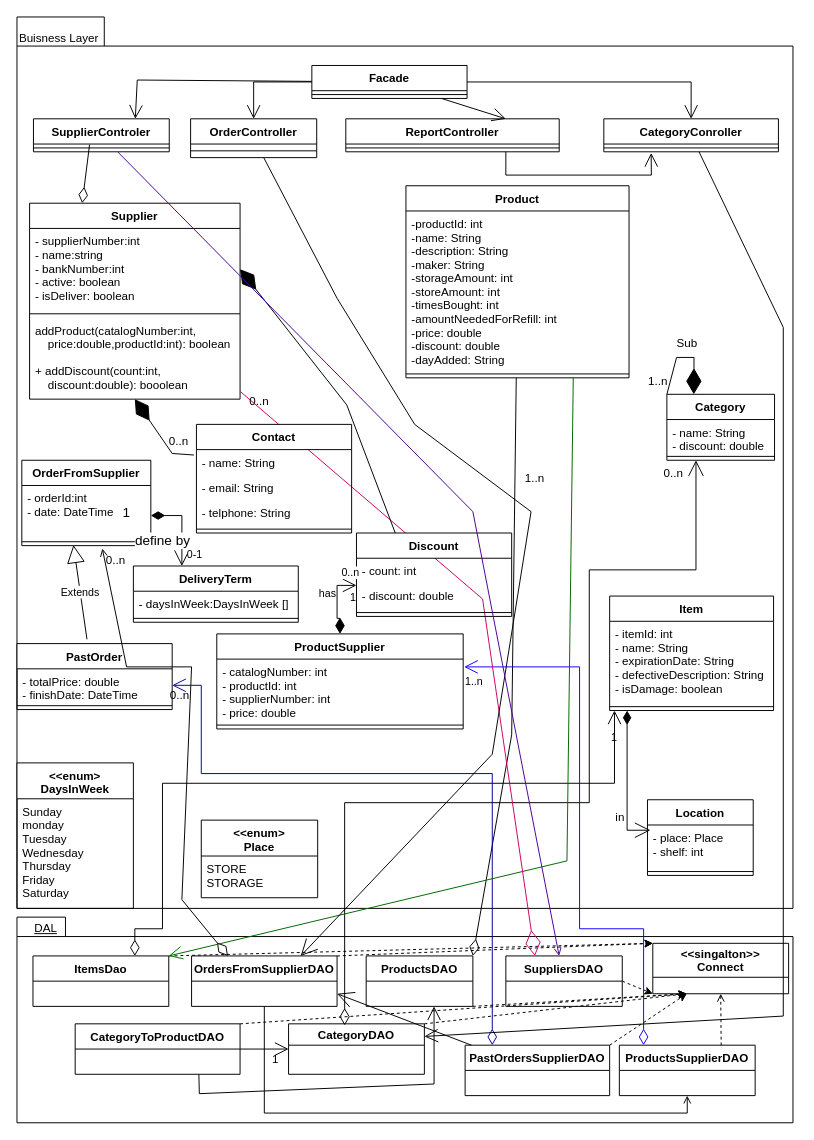
The draw.io diagram page 1 of 4 of docs/classDiagramCombined.drawio in Naveavra/Market, before the edit. Source tidied: cells renumbered, new cells numbered last; positions are measured from the earlier drawing's top-left corner, leaving out a move shared by most shapes. Both pictures are drawn from the tidied source at 97%, with x=0, y=0 at pixel (16, 16).
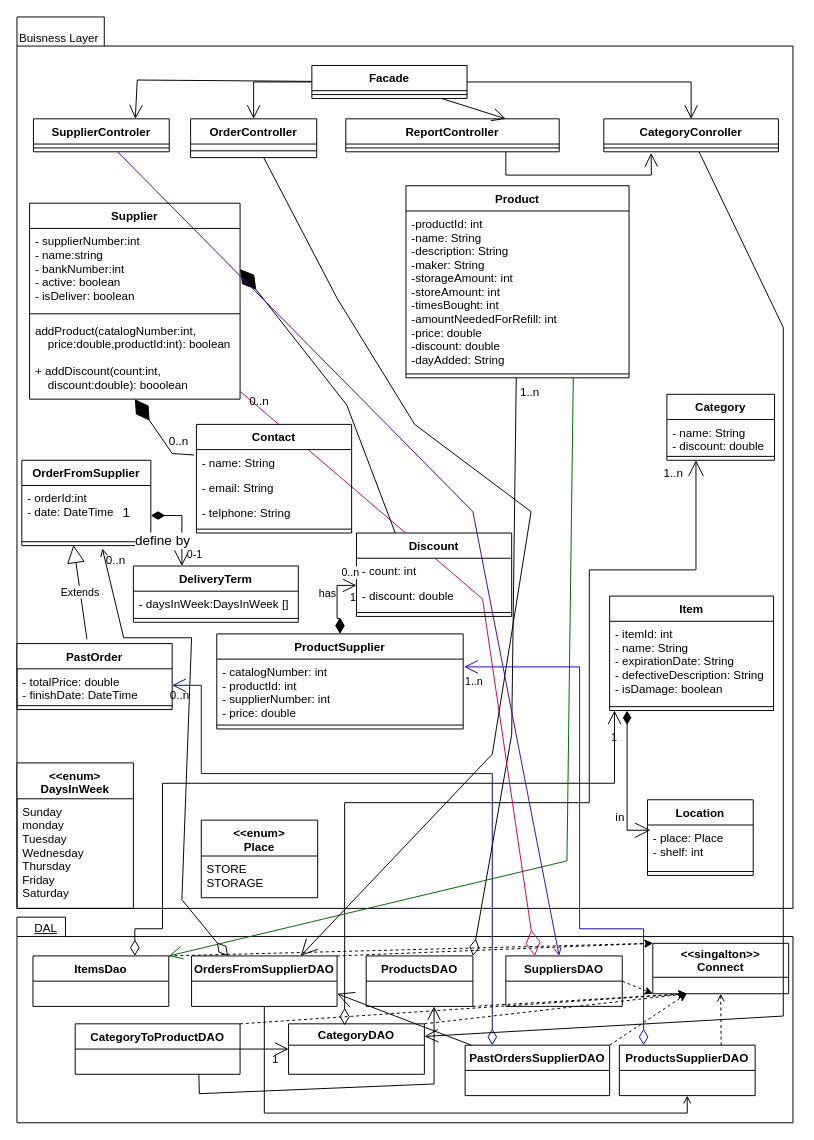
The same diagram, later.

Unchanged cells that the change refers to:
```xml
<mxCell id="15" value="Category" style="swimlane;fontStyle=1;align=center;verticalAlign=top;horizontal=1;startSize=26;" parent="1" vertex="1">
  <mxGeometry x="670" y="389" width="111" height="68" as="geometry" />
</mxCell>
<mxCell id="24" style="line;strokeWidth=1;fillColor=none;align=left;verticalAlign=middle;spacingTop=-1;spacingLeft=3;spacingRight=3;labelPosition=right;points=[];portConstraint=eastwest;" parent="23" vertex="1">
  <mxGeometry y="26" width="140" height="8" as="geometry" />
</mxCell>
<mxCell id="27" style="line;strokeWidth=1;fillColor=none;align=left;verticalAlign=middle;spacingTop=-1;spacingLeft=3;spacingRight=3;labelPosition=right;points=[];portConstraint=eastwest;" parent="25" vertex="1">
  <mxGeometry y="80" width="133" height="8" as="geometry" />
</mxCell>
<mxCell id="37" value="Supplier" style="swimlane;fontStyle=1;align=center;verticalAlign=top;horizontal=1;startSize=26;" parent="1" vertex="1">
  <mxGeometry x="13" y="192" width="217" height="202" as="geometry" />
</mxCell>
<mxCell id="61" value="OrdersFromSupplierDAO" style="swimlane;fontStyle=1;horizontal=1;startSize=26;fillColor=none;fontSize=12;" parent="1" vertex="1">
  <mxGeometry x="180" y="968" width="150" height="52" as="geometry" />
</mxCell>
<mxCell id="72" style="endArrow=diamondThin;html=1;endSize=15;startArrow=open;startSize=14;startFill=0;edgeStyle=orthogonalEdgeStyle;rounded=0;fontSize=12;entryX=0.413;entryY=0.031;entryDx=0;entryDy=0;entryPerimeter=0;endFill=0;" parent="1" edge="1" source="15" target="56">
  <mxGeometry x="0.22" y="10" relative="1" as="geometry">
    <Array as="points">
      <mxPoint x="700" y="570" />
      <mxPoint x="590" y="570" />
      <mxPoint x="590" y="810" />
      <mxPoint x="338" y="810" />
    </Array>
  </mxGeometry>
</mxCell>
```

Change to the diagram source:
```diff
@@
-    <mxCell id="42" style="endArrow=diamondThin;endFill=0;endSize=14;html=1;rounded=0;entryX=0.25;entryY=0;entryDx=0;entryDy=0;exitX=0.413;exitY=0.075;exitDx=0;exitDy=0;exitPerimeter=0;" parent="1" edge="1" source="24" target="37">
-      <mxGeometry relative="1" as="geometry" />
-    </mxCell>
@@
-    <mxCell id="73" value="0..n" style="edgeLabel;html=1;align=left;verticalAlign=top;fontSize=12;" parent="72" vertex="1">
+    <mxCell id="73" value="1..n" style="edgeLabel;html=1;align=left;verticalAlign=top;fontSize=12;" parent="72" vertex="1">
       <mxGeometry x="-1" relative="1" as="geometry">
         <mxPoint x="-35" as="offset" />
       </mxGeometry>
     </mxCell>
@@
     <mxCell id="77" style="endArrow=diamondThin;endFill=0;endSize=15;html=1;rounded=0;fontSize=12;entryX=0.25;entryY=0;entryDx=0;entryDy=0;exitX=0.624;exitY=1.375;exitDx=0;exitDy=0;exitPerimeter=0;startArrow=open;startFill=0;" parent="1" edge="1" source="27" target="61">
       <mxGeometry relative="1" as="geometry">
         <Array as="points">
-          <mxPoint x="113" y="670" />
-          <mxPoint x="180" y="670" />
+          <mxPoint x="110" y="640" />
+          <mxPoint x="180" y="640" />
           <mxPoint x="170" y="910" />
         </Array>
       </mxGeometry>
     </mxCell>
@@
     <mxCell id="98" value="1..n" style="text;html=1;strokeColor=none;fillColor=none;align=center;verticalAlign=middle;whiteSpace=wrap;rounded=0;" parent="1" vertex="1">
-      <mxGeometry x="504" y="461" width="60" height="30" as="geometry" />
+      <mxGeometry x="499" y="372" width="60" height="30" as="geometry" />
     </mxCell>
@@
-    <mxCell id="116" style="endArrow=diamondThin;endFill=1;endSize=24;html=1;rounded=0;fontFamily=Helvetica;strokeColor=#000000;exitX=0;exitY=0;exitDx=0;exitDy=0;entryX=0.25;entryY=0;entryDx=0;entryDy=0;" parent="1" edge="1" source="15" target="15">
-      <mxGeometry relative="1" as="geometry">
-        <Array as="points">
-          <mxPoint x="680" y="351" />
-          <mxPoint x="698" y="351" />
-        </Array>
-      </mxGeometry>
-    </mxCell>
-    <mxCell id="117" value="Sub" style="text;html=1;strokeColor=none;fillColor=none;align=center;verticalAlign=middle;whiteSpace=wrap;rounded=0;fontFamily=Helvetica;" parent="1" vertex="1">
-      <mxGeometry x="661" y="322" width="60" height="30" as="geometry" />
-    </mxCell>
-    <mxCell id="118" value="1..n" style="text;html=1;strokeColor=none;fillColor=none;align=center;verticalAlign=middle;whiteSpace=wrap;rounded=0;fontFamily=Helvetica;" parent="1" vertex="1">
-      <mxGeometry x="632" y="361" width="58" height="30" as="geometry" />
-    </mxCell>
```
